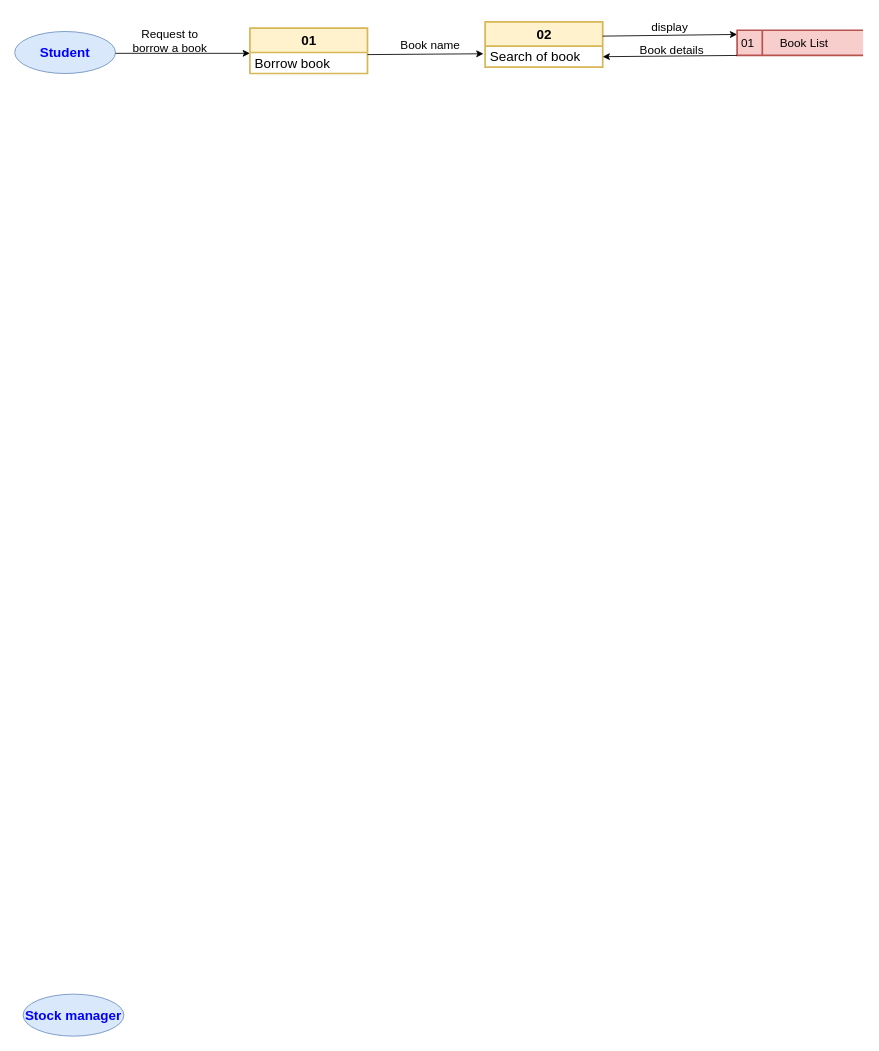
Above: L.drawio in doaa517/Diagrams (draw.io), before the change. Source tidied: cells renumbered, new cells numbered last; positions are measured from the earlier drawing's top-left corner, leaving out a move shared by most shapes. Both pictures are drawn from the tidied source at 84%, with x=0, y=0 at pixel (14, 14).
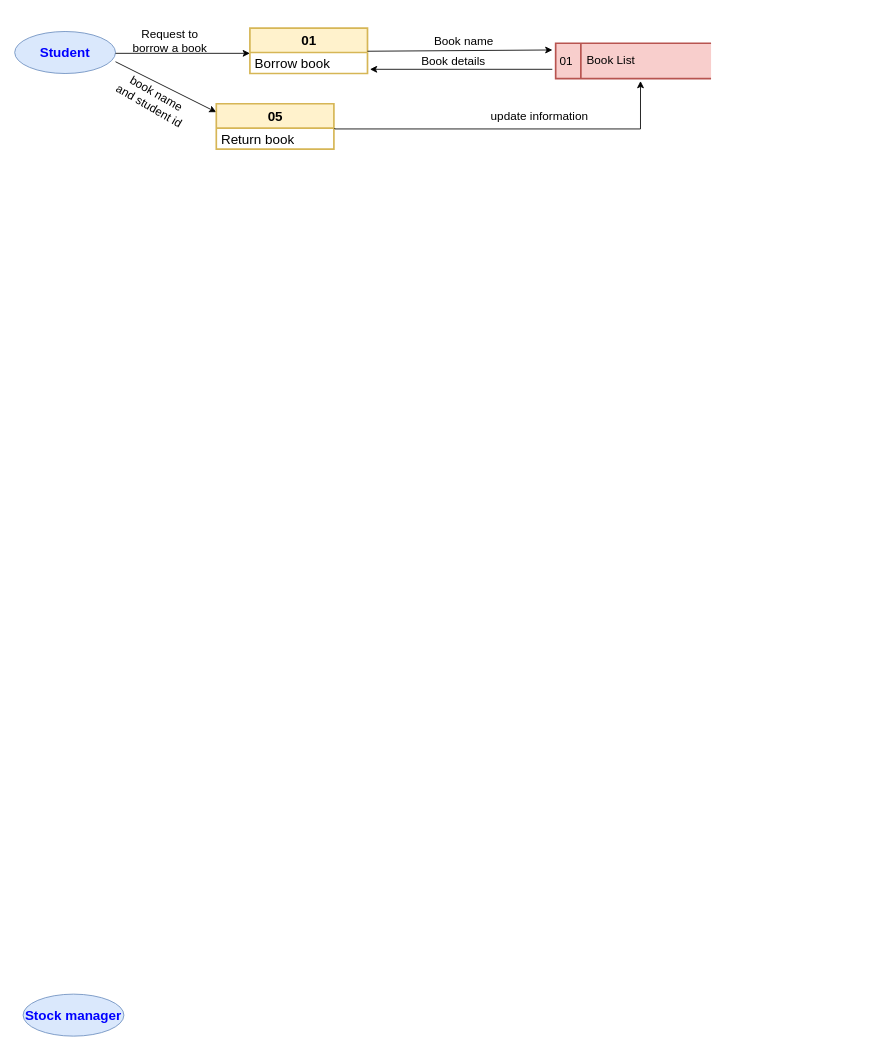
Above is the later version.

The change refers to these unchanged cells:
```xml
<mxCell id="5" value="&lt;div&gt;&lt;font color=&quot;#000000&quot;&gt;Borrow book&lt;/font&gt;&lt;/div&gt;" style="text;html=1;strokeColor=none;fillColor=none;align=left;verticalAlign=middle;spacingLeft=4;spacingRight=4;overflow=hidden;points=[[0,0.5],[1,0.5]];portConstraint=eastwest;fontSize=16;fontColor=#0000FF;" parent="4" vertex="1">
  <mxGeometry y="29" width="140" height="25" as="geometry" />
</mxCell>
```

The edit, as a diff of the source:
```diff
@@
-    <mxCell id="8" value="02" style="swimlane;fontStyle=1;align=center;verticalAlign=middle;horizontal=1;startSize=29;html=1;fontSize=16;strokeWidth=2;fillColor=#fff2cc;strokeColor=#d6b656;" parent="1" vertex="1">
-      <mxGeometry x="560" y="8.5" width="140" height="54" as="geometry" />
-    </mxCell>
-    <mxCell id="9" value="&lt;div&gt;&lt;font color=&quot;#000000&quot;&gt;Search of book&lt;/font&gt;&lt;/div&gt;" style="text;html=1;strokeColor=none;fillColor=none;align=left;verticalAlign=middle;spacingLeft=4;spacingRight=4;overflow=hidden;points=[[0,0.5],[1,0.5]];portConstraint=eastwest;fontSize=16;fontColor=#0000FF;" parent="8" vertex="1">
-      <mxGeometry y="29" width="140" height="25" as="geometry" />
-    </mxCell>
-    <mxCell id="10" style="endArrow=classic;html=1;rounded=0;fontSize=14;fontColor=#000000;entryX=0;entryY=0.5;entryDx=0;entryDy=0;exitX=1;exitY=0.5;exitDx=0;exitDy=0;" parent="1" edge="1">
-      <mxGeometry relative="1" as="geometry">
-        <mxPoint x="700" y="25.5" as="sourcePoint" />
-        <mxPoint x="860" y="23.5" as="targetPoint" />
-      </mxGeometry>
-    </mxCell>
     <mxCell id="11" value="01" style="html=1;dashed=0;whitespace=wrap;shape=mxgraph.dfd.dataStoreID;align=left;spacingLeft=3;points=[[0,0],[0.5,0],[1,0],[0,0.5],[1,0.5],[0,1],[0.5,1],[1,1]];strokeWidth=2;fontSize=14;fillColor=#f8cecc;strokeColor=#b85450;" parent="1" vertex="1">
-      <mxGeometry x="860" y="18.5" width="150" height="30" as="geometry" />
+      <mxGeometry x="644" y="34" width="185" height="42" as="geometry" />
     </mxCell>
     <mxCell id="12" value="Book List" style="text;html=1;strokeColor=none;fillColor=none;align=center;verticalAlign=middle;whiteSpace=wrap;rounded=0;strokeWidth=2;fontSize=14;fontColor=#000000;" parent="1" vertex="1">
-      <mxGeometry x="910" y="18.5" width="60" height="30" as="geometry" />
+      <mxGeometry x="680" y="39" width="60" height="30" as="geometry" />
     </mxCell>
-    <mxCell id="13" value="display" style="text;html=1;strokeColor=none;fillColor=none;align=center;verticalAlign=middle;whiteSpace=wrap;rounded=0;strokeWidth=2;fontSize=14;fontColor=#000000;" parent="1" vertex="1">
-      <mxGeometry x="750" y="-0.5" width="60" height="30" as="geometry" />
-    </mxCell>
-    <mxCell id="14" style="endArrow=classic;html=1;rounded=0;fontSize=14;fontColor=#000000;exitX=0;exitY=1;exitDx=0;exitDy=0;entryX=1;entryY=0.5;entryDx=0;entryDy=0;" parent="1" edge="1" source="11" target="9">
-      <mxGeometry relative="1" as="geometry" />
+    <mxCell id="14" style="endArrow=classic;html=1;rounded=0;fontSize=14;fontColor=#000000;entryX=1.021;entryY=0.8;entryDx=0;entryDy=0;entryPerimeter=0;" parent="1" edge="1" target="5">
+      <mxGeometry relative="1" as="geometry">
+        <mxPoint x="640" y="65" as="sourcePoint" />
+      </mxGeometry>
     </mxCell>
     <mxCell id="15" value="Book details" style="text;html=1;strokeColor=none;fillColor=none;align=center;verticalAlign=middle;whiteSpace=wrap;rounded=0;strokeWidth=2;fontSize=14;fontColor=#000000;" parent="1" vertex="1">
-      <mxGeometry x="740" y="26.5" width="85" height="30" as="geometry" />
+      <mxGeometry x="480" y="40" width="85" height="30" as="geometry" />
     </mxCell>
-    <mxCell id="16" style="endArrow=classic;html=1;rounded=0;fontSize=14;fontColor=#000000;entryX=-0.014;entryY=0.28;entryDx=0;entryDy=0;exitX=1;exitY=0.5;exitDx=0;exitDy=0;entryPerimeter=0;" parent="1" edge="1">
+    <mxCell id="16" style="endArrow=classic;html=1;rounded=0;fontSize=14;fontColor=#000000;exitX=1;exitY=0.5;exitDx=0;exitDy=0;entryX=0.026;entryY=0.286;entryDx=0;entryDy=0;entryPerimeter=0;" parent="1" edge="1">
       <mxGeometry relative="1" as="geometry">
-        <mxPoint x="420" y="47.5" as="sourcePoint" />
-        <mxPoint x="558" y="46.5" as="targetPoint" />
+        <mxPoint x="420" y="43.5" as="sourcePoint" />
+        <mxPoint x="640.1" y="42" as="targetPoint" />
       </mxGeometry>
     </mxCell>
     <mxCell id="17" value="Book name" style="text;html=1;strokeColor=none;fillColor=none;align=center;verticalAlign=middle;whiteSpace=wrap;rounded=0;strokeWidth=2;fontSize=14;fontColor=#000000;" parent="1" vertex="1">
-      <mxGeometry x="450" y="20.5" width="90" height="30" as="geometry" />
+      <mxGeometry x="490" y="16" width="90" height="30" as="geometry" />
     </mxCell>
+    <mxCell id="18" style="endArrow=classic;html=1;rounded=0;fontSize=14;fontColor=#000000;" parent="1" edge="1">
+      <mxGeometry relative="1" as="geometry">
+        <mxPoint x="120" y="56" as="sourcePoint" />
+        <mxPoint x="240" y="116" as="targetPoint" />
+      </mxGeometry>
+    </mxCell>
+    <mxCell id="19" value="05" style="swimlane;fontStyle=1;align=center;verticalAlign=middle;horizontal=1;startSize=29;html=1;fontSize=16;strokeWidth=2;fillColor=#fff2cc;strokeColor=#d6b656;" parent="1" vertex="1">
+      <mxGeometry x="240" y="106" width="140" height="54" as="geometry" />
+    </mxCell>
+    <mxCell id="20" value="&lt;div&gt;&lt;font color=&quot;#000000&quot;&gt;Return book&lt;/font&gt;&lt;/div&gt;" style="text;html=1;strokeColor=none;fillColor=none;align=left;verticalAlign=middle;spacingLeft=4;spacingRight=4;overflow=hidden;points=[[0,0.5],[1,0.5]];portConstraint=eastwest;fontSize=16;fontColor=#0000FF;" parent="19" vertex="1">
+      <mxGeometry y="29" width="140" height="25" as="geometry" />
+    </mxCell>
+    <mxCell id="21" value="book name and student id" style="text;html=1;strokeColor=none;fillColor=none;align=center;verticalAlign=middle;whiteSpace=wrap;rounded=0;strokeWidth=2;fontSize=14;fontColor=#000000;rotation=30;" parent="1" vertex="1">
+      <mxGeometry x="120" y="86" width="90" height="30" as="geometry" />
+    </mxCell>
+    <mxCell id="22" value="update information " style="text;html=1;strokeColor=none;fillColor=none;align=center;verticalAlign=middle;whiteSpace=wrap;rounded=0;strokeWidth=2;fontSize=14;fontColor=#000000;rotation=0;" parent="1" vertex="1">
+      <mxGeometry x="560" y="106" width="130" height="30" as="geometry" />
+    </mxCell>
+    <mxCell id="23" style="endArrow=classic;html=1;rounded=0;exitX=1.007;exitY=0;exitDx=0;exitDy=0;exitPerimeter=0;entryX=0.546;entryY=1.071;entryDx=0;entryDy=0;entryPerimeter=0;edgeStyle=orthogonalEdgeStyle;" parent="1" edge="1" source="20" target="11">
+      <mxGeometry relative="1" as="geometry">
+        <Array as="points">
+          <mxPoint x="381" y="136" />
+          <mxPoint x="745" y="136" />
+        </Array>
+      </mxGeometry>
+    </mxCell>
```
